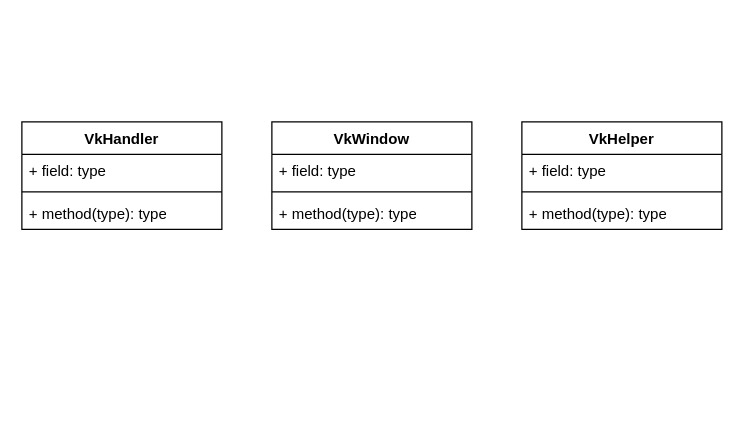
Before: doc/Projektplan.drawio in nodedev74/fbx-loader, a draw.io diagram. Source tidied: cells renumbered, new cells numbered last; positions are measured from the earlier drawing's top-left corner, leaving out a move shared by most shapes. Both pictures are drawn from the tidied source at 125%, with x=0, y=0 at pixel (21, 121).
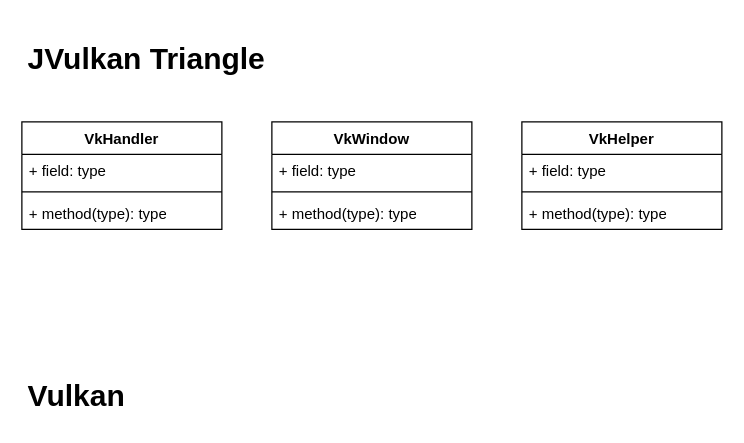
After the change.

What changed in the source:
```diff
@@
 <mxGraphModel>
   <root>
     <mxCell id="0" />
     <mxCell id="1" parent="0" />
     <mxCell id="2" value="VkHandler" style="swimlane;fontStyle=1;align=center;verticalAlign=top;horizontal=1;startSize=26;whiteSpace=wrap;html=1;" parent="1" vertex="1">
       <mxGeometry width="160" height="86" as="geometry" />
     </mxCell>
     <mxCell id="3" value="+ field: type" style="text;strokeColor=none;fillColor=none;align=left;verticalAlign=top;spacingLeft=4;spacingRight=4;overflow=hidden;whiteSpace=wrap;html=1;" parent="2" vertex="1">
       <mxGeometry y="26" width="160" height="26" as="geometry" />
     </mxCell>
     <mxCell id="4" style="line;strokeWidth=1;fillColor=none;align=left;verticalAlign=middle;spacingTop=-1;spacingLeft=3;spacingRight=3;labelPosition=right;strokeColor=inherit;" parent="2" vertex="1">
       <mxGeometry y="52" width="160" height="8" as="geometry" />
     </mxCell>
     <mxCell id="5" value="+ method(type): type" style="text;strokeColor=none;fillColor=none;align=left;verticalAlign=top;spacingLeft=4;spacingRight=4;overflow=hidden;whiteSpace=wrap;html=1;" parent="2" vertex="1">
       <mxGeometry y="60" width="160" height="26" as="geometry" />
     </mxCell>
     <mxCell id="6" value="VkWindow" style="swimlane;fontStyle=1;align=center;verticalAlign=top;horizontal=1;startSize=26;whiteSpace=wrap;html=1;" parent="1" vertex="1">
       <mxGeometry x="200" width="160" height="86" as="geometry" />
     </mxCell>
     <mxCell id="7" value="+ field: type" style="text;strokeColor=none;fillColor=none;align=left;verticalAlign=top;spacingLeft=4;spacingRight=4;overflow=hidden;whiteSpace=wrap;html=1;" parent="6" vertex="1">
       <mxGeometry y="26" width="160" height="26" as="geometry" />
     </mxCell>
     <mxCell id="8" style="line;strokeWidth=1;fillColor=none;align=left;verticalAlign=middle;spacingTop=-1;spacingLeft=3;spacingRight=3;labelPosition=right;strokeColor=inherit;" parent="6" vertex="1">
       <mxGeometry y="52" width="160" height="8" as="geometry" />
     </mxCell>
     <mxCell id="9" value="+ method(type): type" style="text;strokeColor=none;fillColor=none;align=left;verticalAlign=top;spacingLeft=4;spacingRight=4;overflow=hidden;whiteSpace=wrap;html=1;" parent="6" vertex="1">
       <mxGeometry y="60" width="160" height="26" as="geometry" />
     </mxCell>
     <mxCell id="10" value="VkHelper" style="swimlane;fontStyle=1;align=center;verticalAlign=top;horizontal=1;startSize=26;whiteSpace=wrap;html=1;" parent="1" vertex="1">
       <mxGeometry x="400" width="160" height="86" as="geometry" />
     </mxCell>
     <mxCell id="11" value="+ field: type" style="text;strokeColor=none;fillColor=none;align=left;verticalAlign=top;spacingLeft=4;spacingRight=4;overflow=hidden;whiteSpace=wrap;html=1;" parent="10" vertex="1">
       <mxGeometry y="26" width="160" height="26" as="geometry" />
     </mxCell>
     <mxCell id="12" style="line;strokeWidth=1;fillColor=none;align=left;verticalAlign=middle;spacingTop=-1;spacingLeft=3;spacingRight=3;labelPosition=right;strokeColor=inherit;" parent="10" vertex="1">
       <mxGeometry y="52" width="160" height="8" as="geometry" />
     </mxCell>
     <mxCell id="13" value="+ method(type): type" style="text;strokeColor=none;fillColor=none;align=left;verticalAlign=top;spacingLeft=4;spacingRight=4;overflow=hidden;whiteSpace=wrap;html=1;" parent="10" vertex="1">
       <mxGeometry y="60" width="160" height="26" as="geometry" />
     </mxCell>
+    <mxCell id="14" value="&lt;h1&gt;JVulkan Triangle&lt;/h1&gt;" style="text;html=1;strokeColor=none;fillColor=none;spacing=5;spacingTop=-20;whiteSpace=wrap;overflow=hidden;rounded=0;" parent="1" vertex="1">
+      <mxGeometry y="-70" width="200" height="40" as="geometry" />
+    </mxCell>
+    <mxCell id="15" value="&lt;h1&gt;Vulkan&amp;nbsp;&lt;/h1&gt;" style="text;html=1;strokeColor=none;fillColor=none;spacing=5;spacingTop=-20;whiteSpace=wrap;overflow=hidden;rounded=0;" parent="1" vertex="1">
+      <mxGeometry y="200" width="100" height="40" as="geometry" />
+    </mxCell>
   </root>
 </mxGraphModel>
```
